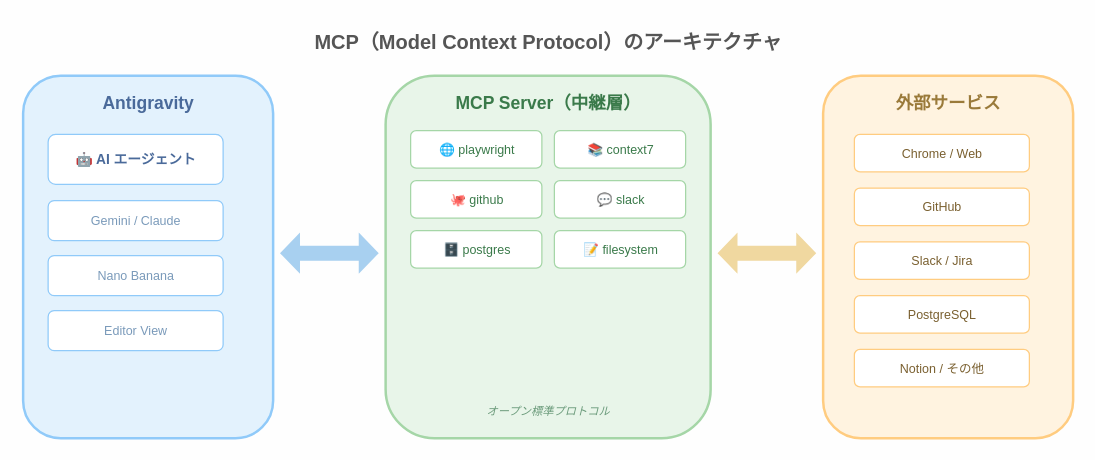
kozyszoo/antigravity-handson keeps this draw.io diagram as zenn-book/figures/fig-07-mcp-architecture.drawio. Above is the earlier version. Source tidied: cells renumbered, new cells numbered last; positions are measured from the earlier drawing's top-left corner, leaving out a move shared by most shapes. Both pictures are drawn from the tidied source at 125%, with x=0, y=0 at pixel (22, 21).
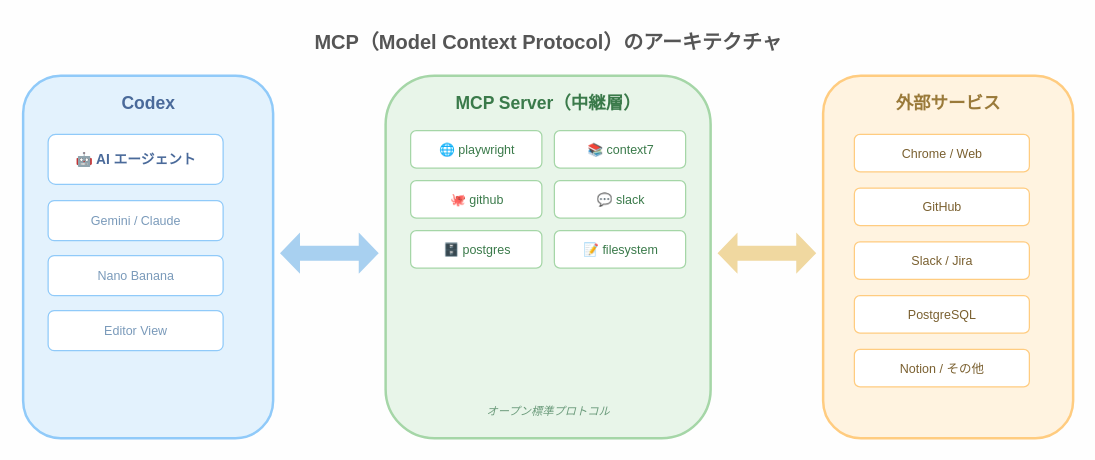
After the change.

Change to the diagram source:
```diff
@@
-    <mxCell id="4" value="Antigravity" style="text;html=1;fillColor=none;strokeColor=none;align=center;fontColor=#4a6a9a;fontSize=14;fontStyle=1;" parent="1" vertex="1">
+    <mxCell id="4" value="Codex" style="text;html=1;fillColor=none;strokeColor=none;align=center;fontColor=#4a6a9a;fontSize=14;fontStyle=1;" parent="1" vertex="1">
       <mxGeometry x="25" y="50" width="150" height="25" as="geometry" />
     </mxCell>
```
